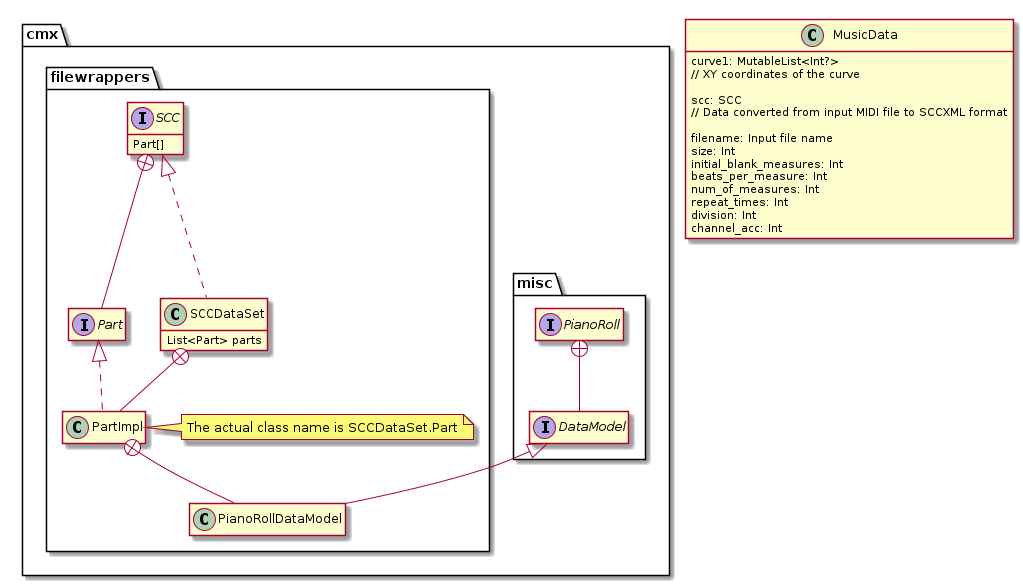
Earlier version of the PlantUML export diagrams/test3.png (fujiij/plantuml).
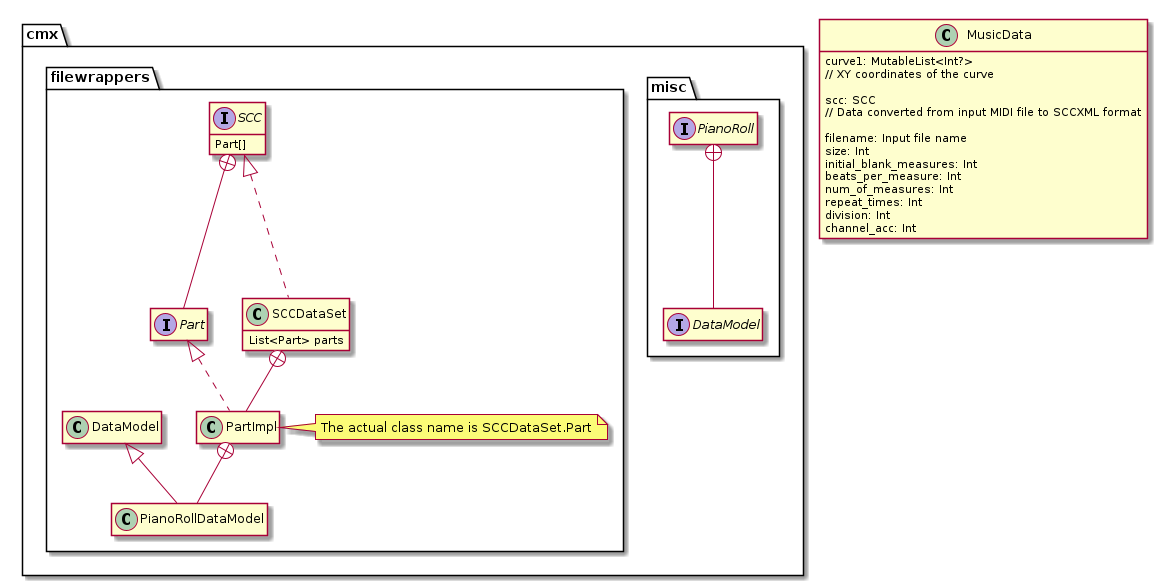
After the change.

Commit message:
Auto-generate PlantUML diagrams

Change to the diagram source:
```diff
@@ -40,7 +40,7 @@
             The actual class name is SCCDataSet.Part
         end note
 
-        DataModel <|-- PianoRollDataModel
+        PianoRoll.DataModel <|-- PianoRollDataModel
         PartImpl +-- PianoRollDataModel
     }
 }
```
